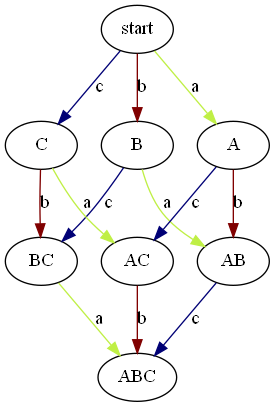
WilliamArnone/Tallulah keeps this Graphviz diagram as examples/BTI SP WF/SP WF generated BTI and CPI.dot.png. Above is the earlier version. Its source is kept beside it as examples/BTI SP WF/SP WF generated BTI and CPI.dot. Source of this version:
```dot
digraph G {
	"AC" -> "ABC" [label="b", color="#800000"]
	"BC" -> "ABC" [label="a", color="#bfef45"]
	"start" -> "B" [label="b", color="#800000"]
	"start" -> "C" [label="c", color="#000075"]
	"start" -> "A" [label="a", color="#bfef45"]
	"AB" -> "ABC" [label="c", color="#000075"]
	"B" -> "BC" [label="c", color="#000075"]
	"B" -> "AB" [label="a", color="#bfef45"]
	"C" -> "AC" [label="a", color="#bfef45"]
	"C" -> "BC" [label="b", color="#800000"]
	"A" -> "AC" [label="c", color="#000075"]
	"A" -> "AB" [label="b", color="#800000"]
}
 /*
	> C -b-> BC / < C -c-> start
	< AB -a-> B / < AB -b-> A
	< BC -c-> B / < BC -b-> C
	> BC -a-> ABC / < BC -b-> C
	> AC -b-> ABC / < AC -a-> C
	> A -c-> AC / < A -a-> start
	> A -b-> AB / < A -a-> start
	> start -c-> C / > start -b-> B
	> C -a-> AC / > C -b-> BC
	> B -a-> AB / > B -c-> BC
	> start -a-> A / > start -c-> C
	> B -c-> BC / < B -b-> start
	> AB -c-> ABC / < AB -b-> A
	> AB -c-> ABC / < AB -a-> B
	> BC -a-> ABC / < BC -c-> B
	< AC -a-> C / < AC -c-> A
	> start -a-> A / > start -b-> B
	< ABC -b-> AC / < ABC -c-> AB
	< ABC -a-> BC / < ABC -c-> AB
	> A -c-> AC / > A -b-> AB
	> B -a-> AB / < B -b-> start
	> C -a-> AC / < C -c-> start
	> AC -b-> ABC / < AC -c-> A
	< ABC -a-> BC / < ABC -b-> AC
*/
```
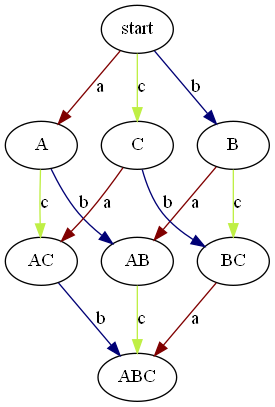
After the change.

Diff of the diagram source:
```diff
@@ -1,40 +1,40 @@
 digraph G {
-	"AC" -> "ABC" [label="b", color="#800000"]
-	"BC" -> "ABC" [label="a", color="#bfef45"]
-	"start" -> "B" [label="b", color="#800000"]
-	"start" -> "C" [label="c", color="#000075"]
-	"start" -> "A" [label="a", color="#bfef45"]
-	"AB" -> "ABC" [label="c", color="#000075"]
-	"B" -> "BC" [label="c", color="#000075"]
-	"B" -> "AB" [label="a", color="#bfef45"]
-	"C" -> "AC" [label="a", color="#bfef45"]
-	"C" -> "BC" [label="b", color="#800000"]
-	"A" -> "AC" [label="c", color="#000075"]
-	"A" -> "AB" [label="b", color="#800000"]
+	"A" -> "AB" [label="b", color="#000075"]
+	"A" -> "AC" [label="c", color="#bfef45"]
+	"B" -> "BC" [label="c", color="#bfef45"]
+	"B" -> "AB" [label="a", color="#800000"]
+	"BC" -> "ABC" [label="a", color="#800000"]
+	"AB" -> "ABC" [label="c", color="#bfef45"]
+	"AC" -> "ABC" [label="b", color="#000075"]
+	"start" -> "A" [label="a", color="#800000"]
+	"start" -> "B" [label="b", color="#000075"]
+	"start" -> "C" [label="c", color="#bfef45"]
+	"C" -> "BC" [label="b", color="#000075"]
+	"C" -> "AC" [label="a", color="#800000"]
 }
  /*
-	> C -b-> BC / < C -c-> start
-	< AB -a-> B / < AB -b-> A
-	< BC -c-> B / < BC -b-> C
-	> BC -a-> ABC / < BC -b-> C
-	> AC -b-> ABC / < AC -a-> C
-	> A -c-> AC / < A -a-> start
-	> A -b-> AB / < A -a-> start
-	> start -c-> C / > start -b-> B
-	> C -a-> AC / > C -b-> BC
-	> B -a-> AB / > B -c-> BC
-	> start -a-> A / > start -c-> C
-	> B -c-> BC / < B -b-> start
-	> AB -c-> ABC / < AB -b-> A
-	> AB -c-> ABC / < AB -a-> B
-	> BC -a-> ABC / < BC -c-> B
-	< AC -a-> C / < AC -c-> A
-	> start -a-> A / > start -b-> B
-	< ABC -b-> AC / < ABC -c-> AB
-	< ABC -a-> BC / < ABC -c-> AB
-	> A -c-> AC / > A -b-> AB
-	> B -a-> AB / < B -b-> start
-	> C -a-> AC / < C -c-> start
-	> AC -b-> ABC / < AC -c-> A
-	< ABC -a-> BC / < ABC -b-> AC
+	> "AB" -"c"-> "ABC" / < "AB" -"a"-> "B"
+	> "C" -"b"-> "BC" / < "C" -"c"-> "start"
+	> "B" -"a"-> "AB" / < "B" -"b"-> "start"
+	> "start" -"c"-> "C" / > "start" -"b"-> "B"
+	> "AB" -"c"-> "ABC" / < "AB" -"b"-> "A"
+	< "ABC" -"b"-> "AC" / < "ABC" -"a"-> "BC"
+	< "AC" -"a"-> "C" / < "AC" -"c"-> "A"
+	> "B" -"c"-> "BC" / < "B" -"b"-> "start"
+	< "ABC" -"a"-> "BC" / < "ABC" -"c"-> "AB"
+	> "AC" -"b"-> "ABC" / < "AC" -"c"-> "A"
+	> "BC" -"a"-> "ABC" / < "BC" -"c"-> "B"
+	> "C" -"a"-> "AC" / < "C" -"c"-> "start"
+	> "BC" -"a"-> "ABC" / < "BC" -"b"-> "C"
+	< "BC" -"c"-> "B" / < "BC" -"b"-> "C"
+	> "A" -"b"-> "AB" / < "A" -"a"-> "start"
+	> "start" -"c"-> "C" / > "start" -"a"-> "A"
+	< "ABC" -"c"-> "AB" / < "ABC" -"b"-> "AC"
+	> "start" -"b"-> "B" / > "start" -"a"-> "A"
+	> "AC" -"b"-> "ABC" / < "AC" -"a"-> "C"
+	> "A" -"b"-> "AB" / > "A" -"c"-> "AC"
+	> "A" -"c"-> "AC" / < "A" -"a"-> "start"
+	> "B" -"c"-> "BC" / > "B" -"a"-> "AB"
+	> "C" -"b"-> "BC" / > "C" -"a"-> "AC"
+	< "AB" -"a"-> "B" / < "AB" -"b"-> "A"
 */
```
